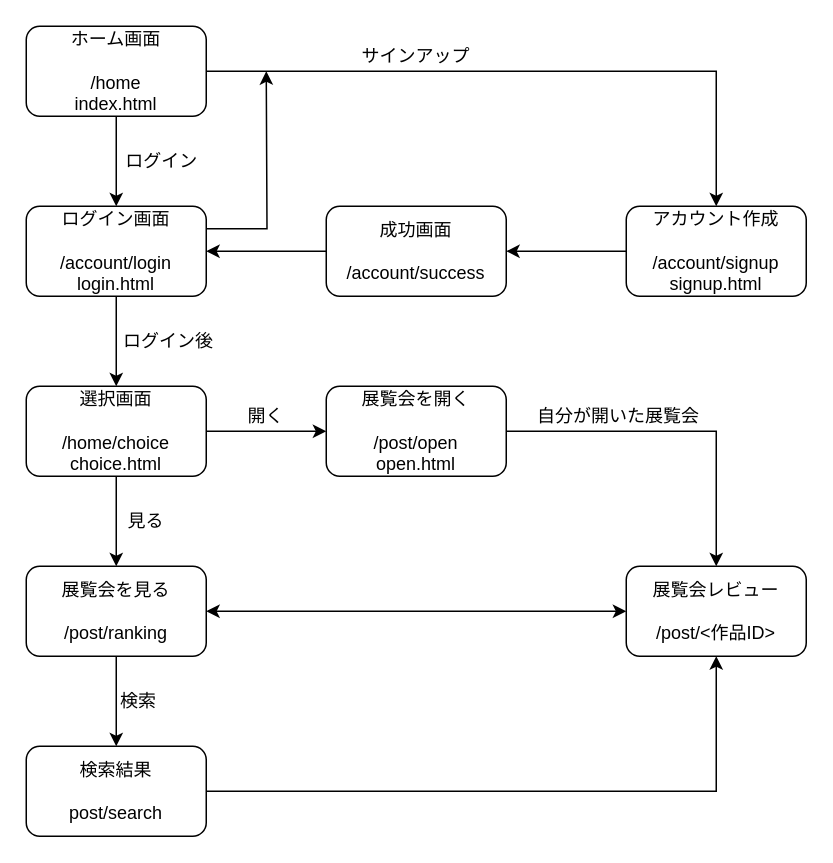
This is plan.drawio from 012xx/online_museum, a draw.io file, before an edit. Source tidied: cells renumbered, new cells numbered last; positions are measured from the earlier drawing's top-left corner, leaving out a move shared by most shapes. Both pictures are drawn from the tidied source at 150%, with x=0, y=0 at pixel (26, 26).
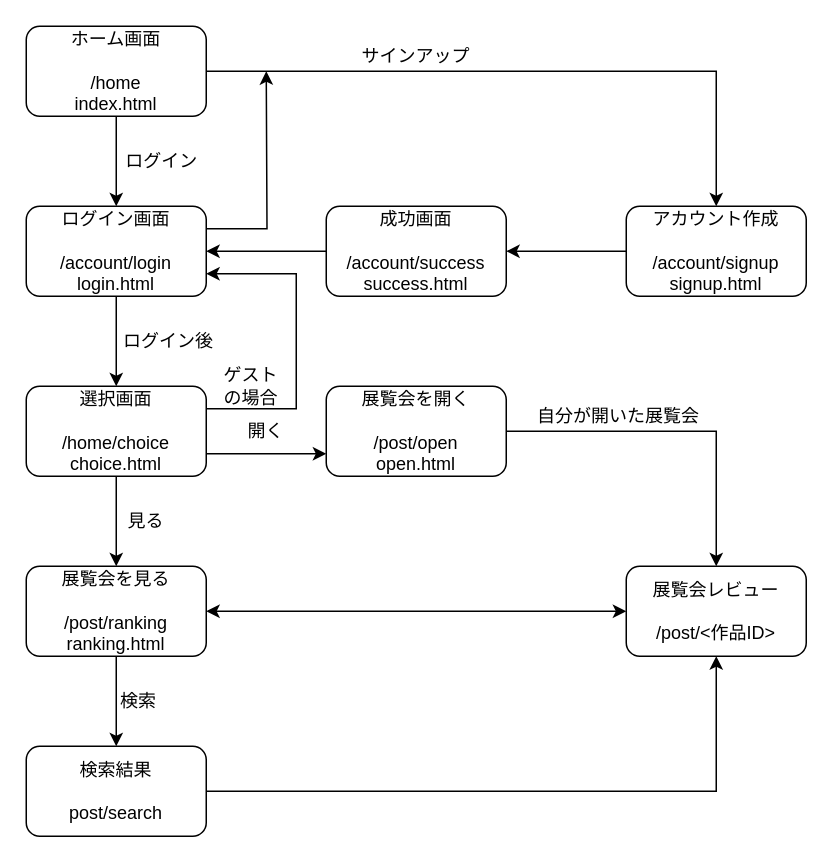
After the change.

Commit message:
設計図を更新

Unchanged cells that the change refers to:
```xml
<mxCell id="7" value="ログイン画面&lt;br&gt;&lt;br&gt;/account/login&lt;br&gt;login.html" style="rounded=1;whiteSpace=wrap;html=1;" parent="1" vertex="1">
  <mxGeometry y="120" width="120" height="60" as="geometry" />
</mxCell>
<mxCell id="14" value="選択画面&lt;br&gt;&lt;br&gt;/home/choice&lt;br&gt;choice.html" style="rounded=1;whiteSpace=wrap;html=1;" parent="1" vertex="1">
  <mxGeometry y="240" width="120" height="60" as="geometry" />
</mxCell>
<mxCell id="20" value="展覧会を開く&lt;br&gt;&lt;br&gt;/post/open&lt;br&gt;open.html" style="rounded=1;whiteSpace=wrap;html=1;" parent="1" vertex="1">
  <mxGeometry x="200" y="240" width="120" height="60" as="geometry" />
</mxCell>
```

Change to the diagram source:
```diff
@@
-    <mxCell id="6" style="edgeStyle=orthogonalEdgeStyle;rounded=0;jettySize=auto;html=1;exitX=1;exitY=0.25;exitDx=0;exitDy=0;" parent="1" edge="1" source="7">
-      <mxGeometry relative="1" as="geometry">
-        <mxPoint x="160" y="30" as="targetPoint" />
-      </mxGeometry>
-    </mxCell>
+    <mxCell id="30" style="edgeStyle=orthogonalEdgeStyle;rounded=0;jettySize=auto;html=1;exitX=1;exitY=0.25;exitDx=0;exitDy=0;" parent="1" edge="1" source="7">
+      <mxGeometry relative="1" as="geometry">
+        <mxPoint x="160" y="30" as="targetPoint" />
+      </mxGeometry>
+    </mxCell>
@@
+    <mxCell id="13" style="edgeStyle=orthogonalEdgeStyle;rounded=0;jettySize=auto;html=1;entryX=0.5;entryY=0;entryDx=0;entryDy=0;" parent="1" edge="1" source="14" target="18">
+      <mxGeometry relative="1" as="geometry" />
+    </mxCell>
-    <mxCell id="12" style="edgeStyle=orthogonalEdgeStyle;rounded=0;jettySize=auto;html=1;entryX=0;entryY=0.5;entryDx=0;entryDy=0;" parent="1" edge="1" source="14" target="20">
+    <mxCell id="12" style="edgeStyle=orthogonalEdgeStyle;rounded=0;jettySize=auto;html=1;exitX=1;exitY=0.75;exitDx=0;exitDy=0;entryX=0;entryY=0.75;entryDx=0;entryDy=0;" parent="1" edge="1" source="14" target="20">
       <mxGeometry relative="1" as="geometry" />
     </mxCell>
-    <mxCell id="13" style="edgeStyle=orthogonalEdgeStyle;rounded=0;jettySize=auto;html=1;entryX=0.5;entryY=0;entryDx=0;entryDy=0;" parent="1" edge="1" source="14" target="18">
-      <mxGeometry relative="1" as="geometry" />
-    </mxCell>
+    <mxCell id="31" style="edgeStyle=orthogonalEdgeStyle;rounded=0;jettySize=auto;html=1;exitX=1;exitY=0.25;exitDx=0;exitDy=0;entryX=1;entryY=0.75;entryDx=0;entryDy=0;" parent="1" edge="1" source="14" target="7">
+      <mxGeometry relative="1" as="geometry">
+        <Array as="points">
+          <mxPoint x="180" y="255" />
+          <mxPoint x="180" y="165" />
+        </Array>
+      </mxGeometry>
+    </mxCell>
@@
-    <mxCell id="18" value="展覧会を見る&lt;br&gt;&lt;br&gt;/post/ranking" style="rounded=1;whiteSpace=wrap;html=1;" parent="1" vertex="1">
+    <mxCell id="18" value="展覧会を見る&lt;br&gt;&lt;br&gt;/post/ranking&lt;br&gt;ranking.html" style="rounded=1;whiteSpace=wrap;html=1;" parent="1" vertex="1">
       <mxGeometry y="360" width="120" height="60" as="geometry" />
     </mxCell>
@@
     <mxCell id="21" value="開く" style="text;html=1;strokeColor=none;fillColor=none;align=center;verticalAlign=middle;whiteSpace=wrap;rounded=0;" parent="1" vertex="1">
-      <mxGeometry x="140" y="250" width="40" height="20" as="geometry" />
+      <mxGeometry x="140" y="260" width="40" height="20" as="geometry" />
     </mxCell>
@@
-    <mxCell id="25" value="成功画面&lt;br&gt;&lt;br&gt;/account/success&lt;br&gt;" style="rounded=1;whiteSpace=wrap;html=1;" parent="1" vertex="1">
+    <mxCell id="25" value="成功画面&lt;br&gt;&lt;br&gt;/account/success&lt;br&gt;success.html" style="rounded=1;whiteSpace=wrap;html=1;" parent="1" vertex="1">
       <mxGeometry x="200" y="120" width="120" height="60" as="geometry" />
     </mxCell>
@@
+    <mxCell id="32" value="ゲストの場合" style="text;html=1;strokeColor=none;fillColor=none;align=center;verticalAlign=middle;whiteSpace=wrap;rounded=0;" parent="1" vertex="1">
+      <mxGeometry x="130" y="230" width="40" height="20" as="geometry" />
+    </mxCell>
```
